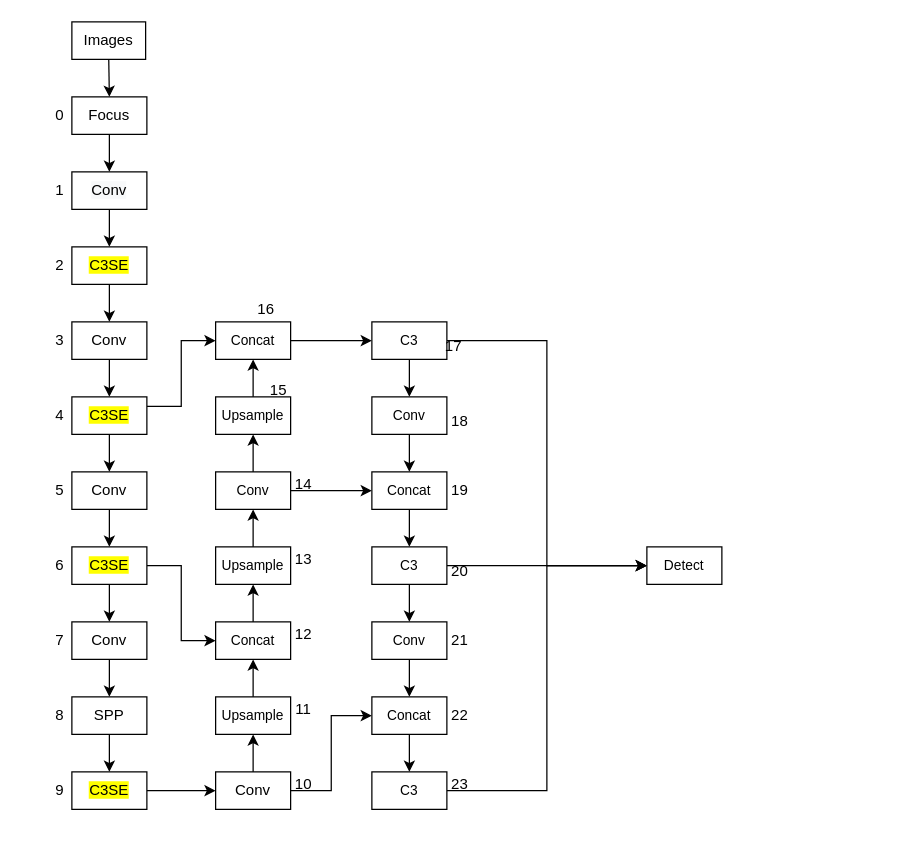
The draw.io diagram page "Page-1" (1 of 2) of Untitled Diagram.drawio in 147107573/machinelearninginaction, before the edit. Source tidied: cells renumbered, new cells numbered last; positions are measured from the earlier drawing's top-left corner, leaving out a move shared by most shapes. Both pictures are drawn from the tidied source at 125%, with x=0, y=0 at pixel (46, 21).
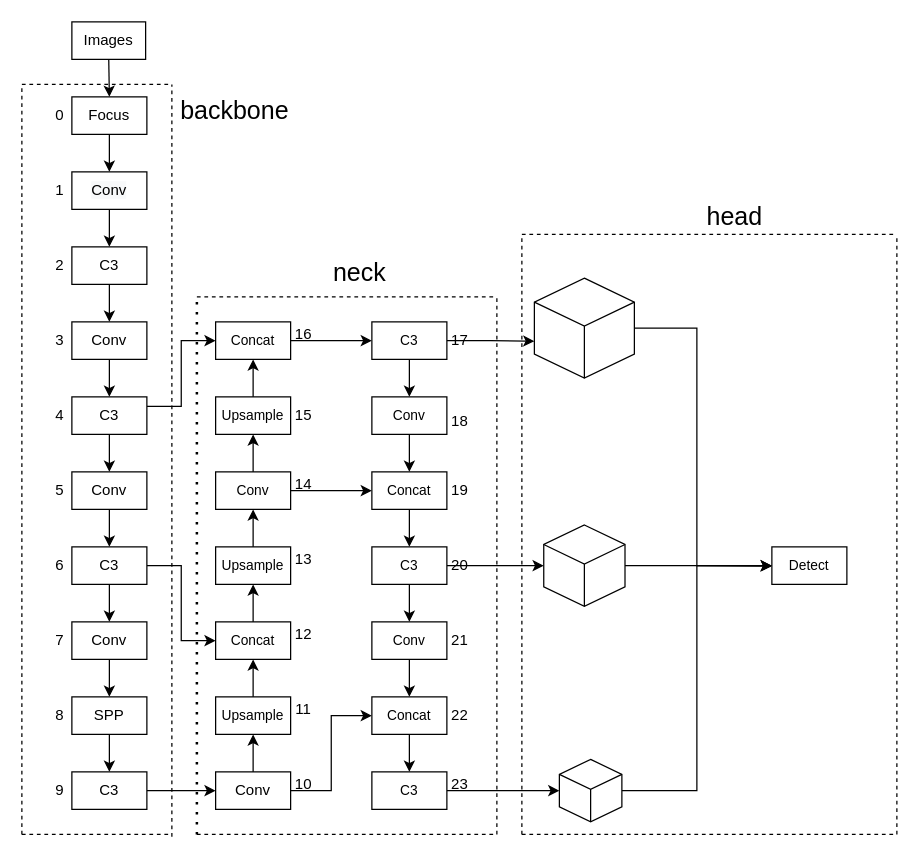
The same diagram, later.

Unchanged cells that the change refers to:
```xml
<mxCell id="61" value="&lt;font style=&quot;font-size: 11px&quot;&gt;C3&lt;/font&gt;" style="rounded=0;whiteSpace=wrap;html=1;" parent="1" vertex="1">
  <mxGeometry x="260" y="240" width="60" height="30" as="geometry" />
</mxCell>
<mxCell id="71" value="&lt;font style=&quot;font-size: 11px&quot;&gt;C3&lt;/font&gt;" style="rounded=0;whiteSpace=wrap;html=1;" parent="1" vertex="1">
  <mxGeometry x="260" y="420" width="60" height="30" as="geometry" />
</mxCell>
<mxCell id="80" value="&lt;font style=&quot;font-size: 11px&quot;&gt;C3&lt;/font&gt;" style="rounded=0;whiteSpace=wrap;html=1;" parent="1" vertex="1">
  <mxGeometry x="260" y="600" width="60" height="30" as="geometry" />
</mxCell>
```

What changed in the source:
```diff
@@
-    <mxCell id="7" value="&lt;span style=&quot;background-color: rgb(255 , 255 , 0)&quot;&gt;C3SE&lt;/span&gt;" style="rounded=0;whiteSpace=wrap;html=1;" parent="1" vertex="1">
+    <mxCell id="7" value="&lt;span style=&quot;background-color: rgb(255 , 255 , 255)&quot;&gt;C3&lt;/span&gt;" style="rounded=0;whiteSpace=wrap;html=1;" parent="1" vertex="1">
       <mxGeometry x="20" y="180" width="60" height="30" as="geometry" />
     </mxCell>
@@
-    <mxCell id="12" value="&lt;span style=&quot;background-color: rgb(255 , 255 , 0)&quot;&gt;C3SE&lt;/span&gt;" style="rounded=0;whiteSpace=wrap;html=1;" parent="1" vertex="1">
+    <mxCell id="12" value="&lt;span style=&quot;background-color: rgb(255 , 255 , 255)&quot;&gt;C3&lt;/span&gt;" style="rounded=0;whiteSpace=wrap;html=1;" parent="1" vertex="1">
       <mxGeometry x="20" y="300" width="60" height="30" as="geometry" />
     </mxCell>
@@
-    <mxCell id="17" value="&lt;span style=&quot;background-color: rgb(255 , 255 , 0)&quot;&gt;C3SE&lt;/span&gt;" style="rounded=0;whiteSpace=wrap;html=1;" parent="1" vertex="1">
+    <mxCell id="17" value="&lt;span style=&quot;background-color: rgb(255 , 255 , 255)&quot;&gt;C3&lt;/span&gt;" style="rounded=0;whiteSpace=wrap;html=1;" parent="1" vertex="1">
       <mxGeometry x="20" y="420" width="60" height="30" as="geometry" />
     </mxCell>
@@
-    <mxCell id="23" value="&lt;span style=&quot;background-color: rgb(255 , 255 , 0)&quot;&gt;C3SE&lt;/span&gt;" style="rounded=0;whiteSpace=wrap;html=1;" parent="1" vertex="1">
+    <mxCell id="23" value="&lt;span style=&quot;background-color: rgb(255 , 255 , 255)&quot;&gt;C3&lt;/span&gt;" style="rounded=0;whiteSpace=wrap;html=1;" parent="1" vertex="1">
       <mxGeometry x="20" y="600" width="60" height="30" as="geometry" />
     </mxCell>
@@
     <mxCell id="55" value="15" style="text;html=1;align=center;verticalAlign=middle;strokeColor=none;" parent="1" vertex="1">
-      <mxGeometry x="170" y="285" width="30" height="20" as="geometry" />
+      <mxGeometry x="190" y="305" width="30" height="20" as="geometry" />
     </mxCell>
@@
     <mxCell id="58" value="16" style="text;html=1;align=center;verticalAlign=middle;strokeColor=none;" parent="1" vertex="1">
-      <mxGeometry x="160" y="220" width="30" height="20" as="geometry" />
+      <mxGeometry x="190" y="240" width="30" height="20" as="geometry" />
     </mxCell>
@@
-    <mxCell id="60" style="edgeStyle=orthogonalEdgeStyle;rounded=0;jettySize=auto;html=1;entryX=0;entryY=0.5;entryDx=0;entryDy=0;" parent="1" edge="1" source="61" target="82">
-      <mxGeometry relative="1" as="geometry" />
-    </mxCell>
+    <mxCell id="83" style="edgeStyle=orthogonalEdgeStyle;rounded=0;jettySize=auto;html=1;exitX=1;exitY=0.5;exitDx=0;exitDy=0;entryX=0;entryY=0.63;entryDx=0;entryDy=0;entryPerimeter=0;" parent="1" edge="1" source="61" target="96">
+      <mxGeometry relative="1" as="geometry" />
+    </mxCell>
@@
     <mxCell id="62" value="17" style="text;html=1;align=center;verticalAlign=middle;strokeColor=none;" parent="1" vertex="1">
-      <mxGeometry x="310" y="250" width="30" height="20" as="geometry" />
+      <mxGeometry x="315" y="245" width="30" height="20" as="geometry" />
     </mxCell>
@@
-    <mxCell id="70" style="edgeStyle=orthogonalEdgeStyle;rounded=0;jettySize=auto;html=1;exitX=1;exitY=0.5;exitDx=0;exitDy=0;entryX=0;entryY=0.5;entryDx=0;entryDy=0;" parent="1" edge="1" source="71" target="82">
-      <mxGeometry relative="1" as="geometry" />
-    </mxCell>
+    <mxCell id="84" style="edgeStyle=orthogonalEdgeStyle;rounded=0;jettySize=auto;html=1;exitX=1;exitY=0.5;exitDx=0;exitDy=0;entryX=0;entryY=0.5;entryDx=0;entryDy=0;entryPerimeter=0;" parent="1" edge="1" source="71" target="98">
+      <mxGeometry relative="1" as="geometry" />
+    </mxCell>
@@
     <mxCell id="72" value="20" style="text;html=1;align=center;verticalAlign=middle;strokeColor=none;" parent="1" vertex="1">
-      <mxGeometry x="315" y="430" width="30" height="20" as="geometry" />
+      <mxGeometry x="315" y="425" width="30" height="20" as="geometry" />
     </mxCell>
@@
-    <mxCell id="79" style="edgeStyle=orthogonalEdgeStyle;rounded=0;jettySize=auto;html=1;exitX=1;exitY=0.5;exitDx=0;exitDy=0;entryX=0;entryY=0.5;entryDx=0;entryDy=0;" parent="1" edge="1" source="80" target="82">
-      <mxGeometry relative="1" as="geometry" />
-    </mxCell>
+    <mxCell id="85" style="edgeStyle=orthogonalEdgeStyle;rounded=0;jettySize=auto;html=1;exitX=1;exitY=0.5;exitDx=0;exitDy=0;entryX=0;entryY=0.5;entryDx=0;entryDy=0;entryPerimeter=0;" parent="1" edge="1" source="80" target="100">
+      <mxGeometry relative="1" as="geometry" />
+    </mxCell>
@@
     <mxCell id="82" value="&lt;font style=&quot;font-size: 11px&quot;&gt;Detect&lt;/font&gt;" style="rounded=0;whiteSpace=wrap;html=1;" parent="1" vertex="1">
-      <mxGeometry x="480" y="420" width="60" height="30" as="geometry" />
+      <mxGeometry x="580" y="420" width="60" height="30" as="geometry" />
     </mxCell>
+    <mxCell id="86" style="endArrow=none;dashed=1;html=1;" parent="1" edge="1">
+      <mxGeometry relative="1" as="geometry">
+        <mxPoint x="-20" y="650" as="sourcePoint" />
+        <mxPoint x="-20" y="50" as="targetPoint" />
+      </mxGeometry>
+    </mxCell>
+    <mxCell id="87" style="endArrow=none;dashed=1;html=1;" parent="1" edge="1">
+      <mxGeometry relative="1" as="geometry">
+        <mxPoint x="-20" y="50" as="sourcePoint" />
+        <mxPoint x="100" y="50" as="targetPoint" />
+      </mxGeometry>
+    </mxCell>
+    <mxCell id="88" style="endArrow=none;dashed=1;html=1;" parent="1" edge="1">
+      <mxGeometry relative="1" as="geometry">
+        <mxPoint x="100" y="651.9" as="sourcePoint" />
+        <mxPoint x="100" y="50" as="targetPoint" />
+      </mxGeometry>
+    </mxCell>
+    <mxCell id="89" style="endArrow=none;dashed=1;html=1;" parent="1" edge="1">
+      <mxGeometry relative="1" as="geometry">
+        <mxPoint x="-20" y="650" as="sourcePoint" />
+        <mxPoint x="100" y="650" as="targetPoint" />
+      </mxGeometry>
+    </mxCell>
+    <mxCell id="90" value="&lt;font style=&quot;font-size: 20px&quot;&gt;backbone&lt;/font&gt;" style="text;html=1;align=center;verticalAlign=middle;strokeColor=none;" parent="1" vertex="1">
+      <mxGeometry x="100" y="60" width="100" height="20" as="geometry" />
+    </mxCell>
+    <mxCell id="91" style="endArrow=none;dashed=1;html=1;dashPattern=1 3;strokeWidth=2;" parent="1" edge="1">
+      <mxGeometry relative="1" as="geometry">
+        <mxPoint x="120" y="650" as="sourcePoint" />
+        <mxPoint x="120" y="220" as="targetPoint" />
+      </mxGeometry>
+    </mxCell>
+    <mxCell id="92" style="endArrow=none;dashed=1;html=1;" parent="1" edge="1">
+      <mxGeometry relative="1" as="geometry">
+        <mxPoint x="120" y="220" as="sourcePoint" />
+        <mxPoint x="360" y="220" as="targetPoint" />
+      </mxGeometry>
+    </mxCell>
+    <mxCell id="93" style="endArrow=none;dashed=1;html=1;" parent="1" edge="1">
+      <mxGeometry relative="1" as="geometry">
+        <mxPoint x="360" y="650" as="sourcePoint" />
+        <mxPoint x="360" y="220" as="targetPoint" />
+      </mxGeometry>
+    </mxCell>
+    <mxCell id="94" style="endArrow=none;dashed=1;html=1;" parent="1" edge="1">
+      <mxGeometry relative="1" as="geometry">
+        <mxPoint x="120" y="650" as="sourcePoint" />
+        <mxPoint x="360" y="650" as="targetPoint" />
+      </mxGeometry>
+    </mxCell>
+    <mxCell id="95" value="&lt;font style=&quot;font-size: 20px&quot;&gt;neck&lt;/font&gt;" style="text;html=1;align=center;verticalAlign=middle;strokeColor=none;" parent="1" vertex="1">
+      <mxGeometry x="220" y="190" width="60" height="20" as="geometry" />
+    </mxCell>
+    <mxCell id="96" style="html=1;whiteSpace=wrap;shape=isoCube2;backgroundOutline=1;isoAngle=15;" parent="1" vertex="1">
+      <mxGeometry x="390" y="205" width="80" height="80" as="geometry" />
+    </mxCell>
+    <mxCell id="97" style="edgeStyle=orthogonalEdgeStyle;rounded=0;jettySize=auto;html=1;exitX=1;exitY=0.5;exitDx=0;exitDy=0;exitPerimeter=0;" parent="1" edge="1" source="98">
+      <mxGeometry relative="1" as="geometry">
+        <mxPoint x="580" y="435.4" as="targetPoint" />
+      </mxGeometry>
+    </mxCell>
+    <mxCell id="98" style="html=1;whiteSpace=wrap;shape=isoCube2;backgroundOutline=1;isoAngle=15;" parent="1" vertex="1">
+      <mxGeometry x="397.5" y="402.5" width="65" height="65" as="geometry" />
+    </mxCell>
+    <mxCell id="99" style="edgeStyle=orthogonalEdgeStyle;rounded=0;jettySize=auto;html=1;exitX=1;exitY=0.5;exitDx=0;exitDy=0;exitPerimeter=0;entryX=0;entryY=0.5;entryDx=0;entryDy=0;" parent="1" edge="1" source="100" target="82">
+      <mxGeometry relative="1" as="geometry" />
+    </mxCell>
+    <mxCell id="100" style="html=1;whiteSpace=wrap;shape=isoCube2;backgroundOutline=1;isoAngle=15;" parent="1" vertex="1">
+      <mxGeometry x="410" y="590" width="50" height="50" as="geometry" />
+    </mxCell>
+    <mxCell id="101" style="edgeStyle=orthogonalEdgeStyle;rounded=0;jettySize=auto;html=1;exitX=1;exitY=0.5;exitDx=0;exitDy=0;exitPerimeter=0;entryX=0;entryY=0.5;entryDx=0;entryDy=0;" parent="1" edge="1" source="96" target="82">
+      <mxGeometry relative="1" as="geometry">
+        <Array as="points">
+          <mxPoint x="520" y="245" />
+          <mxPoint x="520" y="435" />
+        </Array>
+      </mxGeometry>
+    </mxCell>
+    <mxCell id="102" style="endArrow=none;dashed=1;html=1;" parent="1" edge="1">
+      <mxGeometry relative="1" as="geometry">
+        <mxPoint x="380" y="650" as="sourcePoint" />
+        <mxPoint x="380" y="170" as="targetPoint" />
+      </mxGeometry>
+    </mxCell>
+    <mxCell id="103" style="endArrow=none;dashed=1;html=1;" parent="1" edge="1">
+      <mxGeometry relative="1" as="geometry">
+        <mxPoint x="380" y="170" as="sourcePoint" />
+        <mxPoint x="680" y="170" as="targetPoint" />
+      </mxGeometry>
+    </mxCell>
+    <mxCell id="104" style="endArrow=none;dashed=1;html=1;" parent="1" edge="1">
+      <mxGeometry relative="1" as="geometry">
+        <mxPoint x="380" y="650" as="sourcePoint" />
+        <mxPoint x="677.5" y="650" as="targetPoint" />
+      </mxGeometry>
+    </mxCell>
+    <mxCell id="105" style="endArrow=none;dashed=1;html=1;" parent="1" edge="1">
+      <mxGeometry relative="1" as="geometry">
+        <mxPoint x="680" y="650" as="sourcePoint" />
+        <mxPoint x="680" y="170" as="targetPoint" />
+      </mxGeometry>
+    </mxCell>
+    <mxCell id="106" value="&lt;span style=&quot;font-size: 20px&quot;&gt;head&lt;/span&gt;" style="text;html=1;align=center;verticalAlign=middle;strokeColor=none;" parent="1" vertex="1">
+      <mxGeometry x="520" y="145" width="60" height="20" as="geometry" />
+    </mxCell>
```
